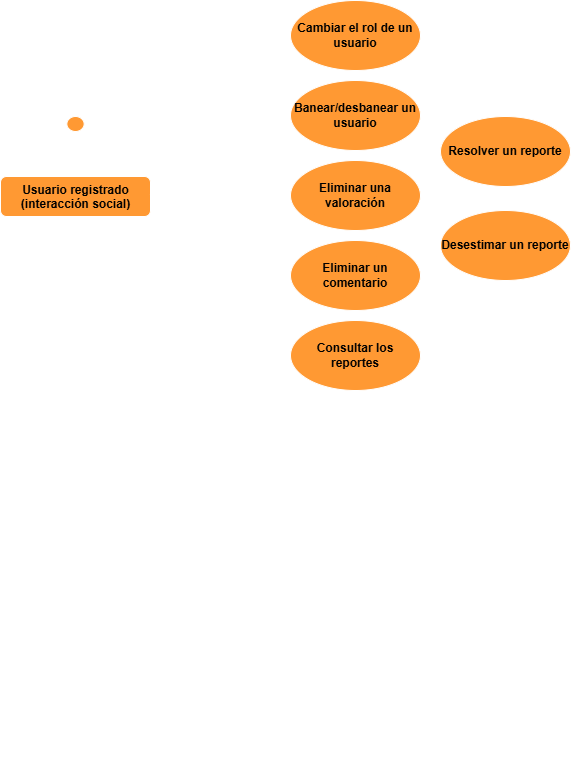
This is Imagenes/Diagrama de casos de uso/Diagrama casos de uso administrador.png from GivenCloud/TFG_MovieMate, a draw.io export, as it was before one commit. Source tidied: cells renumbered, new cells last; positions are measured from the earlier drawing's top-left corner, leaving out a move shared by most shapes.
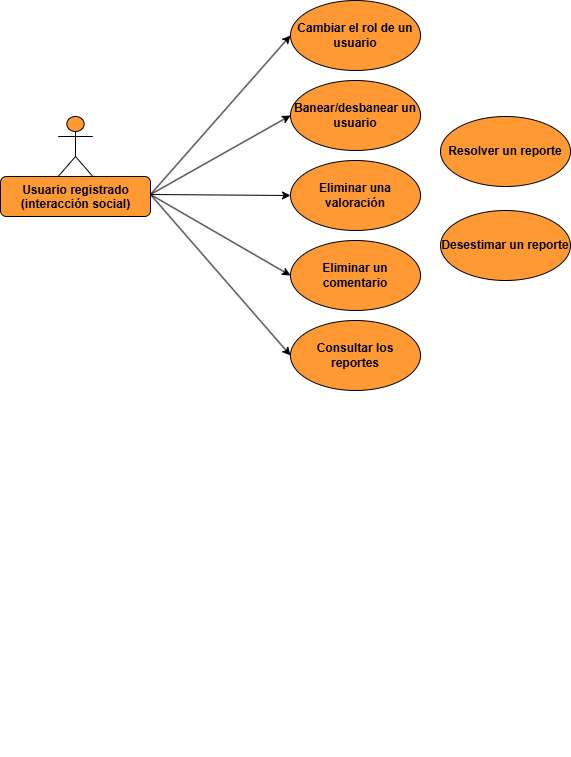
The same file after the commit.

Change to the diagram source:
```diff
@@ -2,59 +2,59 @@
   <root>
     <mxCell id="0" />
     <mxCell id="1" parent="0" />
-    <mxCell id="2" value="Cambiar el rol de un usuario" style="ellipse;whiteSpace=wrap;html=1;fillColor=light-dark(#FF9933,#FF9933);fontStyle=1;fontColor=light-dark(#000000,#000000);" parent="1" vertex="1">
+    <mxCell id="2" value="Cambiar el rol de un usuario" style="ellipse;whiteSpace=wrap;html=1;fillColor=light-dark(#FF9933,#FF9933);fontStyle=1;fontColor=light-dark(#000000,#000000);strokeColor=light-dark(#000000,#000000);" parent="1" vertex="1">
       <mxGeometry x="290" width="130" height="70" as="geometry" />
     </mxCell>
-    <mxCell id="3" value="Banear/desbanear un usuario" style="ellipse;whiteSpace=wrap;html=1;fillColor=light-dark(#FF9933,#FF9933);fontStyle=1;fontColor=light-dark(#000000,#000000);" parent="1" vertex="1">
+    <mxCell id="3" value="Banear/desbanear un usuario" style="ellipse;whiteSpace=wrap;html=1;fillColor=light-dark(#FF9933,#FF9933);fontStyle=1;fontColor=light-dark(#000000,#000000);strokeColor=light-dark(#000000,#000000);" parent="1" vertex="1">
       <mxGeometry x="290" y="80" width="130" height="70" as="geometry" />
     </mxCell>
-    <mxCell id="4" value="Eliminar un comentario" style="ellipse;whiteSpace=wrap;html=1;fillColor=light-dark(#FF9933,#FF9933);fontStyle=1;fontColor=light-dark(#000000,#000000);" parent="1" vertex="1">
+    <mxCell id="4" value="Eliminar un comentario" style="ellipse;whiteSpace=wrap;html=1;fillColor=light-dark(#FF9933,#FF9933);fontStyle=1;fontColor=light-dark(#000000,#000000);strokeColor=light-dark(#000000,#000000);" parent="1" vertex="1">
       <mxGeometry x="290" y="240" width="130" height="70" as="geometry" />
     </mxCell>
-    <mxCell id="5" value="Eliminar una valoración" style="ellipse;whiteSpace=wrap;html=1;fillColor=light-dark(#FF9933,#FF9933);fontStyle=1;fontColor=light-dark(#000000,#000000);" parent="1" vertex="1">
+    <mxCell id="5" value="Eliminar una valoración" style="ellipse;whiteSpace=wrap;html=1;fillColor=light-dark(#FF9933,#FF9933);fontStyle=1;fontColor=light-dark(#000000,#000000);strokeColor=light-dark(#000000,#000000);" parent="1" vertex="1">
       <mxGeometry x="290" y="160" width="130" height="70" as="geometry" />
     </mxCell>
-    <mxCell id="6" style="group;" parent="1" vertex="1">
+    <mxCell id="6" style="group;strokeColor=light-dark(#000000,transparent);" parent="1" vertex="1">
       <mxGeometry y="116" width="150" height="640" as="geometry" />
     </mxCell>
-    <mxCell id="7" style="rounded=1;whiteSpace=wrap;html=1;fillColor=light-dark(#FF9933,#FF9933);fontColor=light-dark(#000000,#000000);" parent="6" vertex="1">
+    <mxCell id="7" style="rounded=1;whiteSpace=wrap;html=1;fillColor=light-dark(#FF9933,#FF9933);fontColor=light-dark(#000000,#000000);strokeColor=light-dark(#000000,#000000);" parent="6" vertex="1">
       <mxGeometry y="60" width="150" height="40" as="geometry" />
     </mxCell>
-    <mxCell id="8" value="Usuario registrado&lt;br&gt;(interacción social)" style="shape=umlActor;verticalLabelPosition=bottom;verticalAlign=top;html=1;fillColor=light-dark(#FF9933,#FF9933);fontStyle=1;fontColor=light-dark(#000000,#000000);" parent="6" vertex="1">
+    <mxCell id="8" value="Usuario registrado&lt;br&gt;(interacción social)" style="shape=umlActor;verticalLabelPosition=bottom;verticalAlign=top;html=1;fillColor=light-dark(#FF9933,#FF9933);fontStyle=1;fontColor=light-dark(#000000,#000000);strokeColor=light-dark(#000000,#000000);" parent="6" vertex="1">
       <mxGeometry x="57.7" width="34.6" height="60" as="geometry" />
     </mxCell>
-    <mxCell id="9" value="Consultar los reportes" style="ellipse;whiteSpace=wrap;html=1;fillColor=light-dark(#FF9933,#FF9933);fontStyle=1;fontColor=light-dark(#000000,#000000);" parent="1" vertex="1">
+    <mxCell id="9" value="Consultar los reportes" style="ellipse;whiteSpace=wrap;html=1;fillColor=light-dark(#FF9933,#FF9933);fontStyle=1;fontColor=light-dark(#000000,#000000);strokeColor=light-dark(#000000,#000000);" parent="1" vertex="1">
       <mxGeometry x="290" y="320" width="130" height="70" as="geometry" />
     </mxCell>
-    <mxCell id="10" value="Resolver un reporte" style="ellipse;whiteSpace=wrap;html=1;fillColor=light-dark(#FF9933,#FF9933);fontStyle=1;fontColor=light-dark(#000000,#000000);" parent="1" vertex="1">
+    <mxCell id="10" value="Resolver un reporte" style="ellipse;whiteSpace=wrap;html=1;fillColor=light-dark(#FF9933,#FF9933);fontStyle=1;fontColor=light-dark(#000000,#000000);strokeColor=light-dark(#000000,#000000);" parent="1" vertex="1">
       <mxGeometry x="440" y="116" width="130" height="70" as="geometry" />
     </mxCell>
-    <mxCell id="11" style="endArrow=classic;html=1;rounded=0;entryX=0;entryY=0.5;entryDx=0;entryDy=0;fontColor=light-dark(#000000,#000000);" parent="1" edge="1" target="2">
+    <mxCell id="11" style="endArrow=classic;html=1;rounded=0;entryX=0;entryY=0.5;entryDx=0;entryDy=0;fontColor=light-dark(#000000,#000000);strokeColor=light-dark(#000000,#000000);" parent="1" edge="1" target="2">
       <mxGeometry relative="1" as="geometry">
         <mxPoint x="150" y="194" as="sourcePoint" />
       </mxGeometry>
     </mxCell>
-    <mxCell id="12" style="endArrow=classic;html=1;rounded=0;entryX=0;entryY=0.5;entryDx=0;entryDy=0;fontColor=light-dark(#000000,#000000);" parent="1" edge="1" target="3">
+    <mxCell id="12" style="endArrow=classic;html=1;rounded=0;entryX=0;entryY=0.5;entryDx=0;entryDy=0;fontColor=light-dark(#000000,#000000);strokeColor=light-dark(#000000,#000000);" parent="1" edge="1" target="3">
       <mxGeometry relative="1" as="geometry">
         <mxPoint x="150" y="194" as="sourcePoint" />
       </mxGeometry>
     </mxCell>
-    <mxCell id="13" style="endArrow=classic;html=1;rounded=0;entryX=0;entryY=0.5;entryDx=0;entryDy=0;fontColor=light-dark(#000000,#000000);" parent="1" edge="1" target="5">
+    <mxCell id="13" style="endArrow=classic;html=1;rounded=0;entryX=0;entryY=0.5;entryDx=0;entryDy=0;fontColor=light-dark(#000000,#000000);strokeColor=light-dark(#000000,#000000);" parent="1" edge="1" target="5">
       <mxGeometry relative="1" as="geometry">
         <mxPoint x="150" y="194" as="sourcePoint" />
       </mxGeometry>
     </mxCell>
-    <mxCell id="14" style="endArrow=classic;html=1;rounded=0;entryX=0;entryY=0.5;entryDx=0;entryDy=0;fontColor=light-dark(#000000,#000000);" parent="1" edge="1" target="4">
+    <mxCell id="14" style="endArrow=classic;html=1;rounded=0;entryX=0;entryY=0.5;entryDx=0;entryDy=0;fontColor=light-dark(#000000,#000000);strokeColor=light-dark(#000000,#000000);" parent="1" edge="1" target="4">
       <mxGeometry relative="1" as="geometry">
         <mxPoint x="150" y="194" as="sourcePoint" />
       </mxGeometry>
     </mxCell>
-    <mxCell id="15" style="endArrow=classic;html=1;rounded=0;entryX=0;entryY=0.5;entryDx=0;entryDy=0;fontColor=light-dark(#000000,#000000);" parent="1" edge="1" target="9">
+    <mxCell id="15" style="endArrow=classic;html=1;rounded=0;entryX=0;entryY=0.5;entryDx=0;entryDy=0;fontColor=light-dark(#000000,#000000);strokeColor=light-dark(#000000,#000000);" parent="1" edge="1" target="9">
       <mxGeometry relative="1" as="geometry">
         <mxPoint x="150" y="194" as="sourcePoint" />
       </mxGeometry>
     </mxCell>
-    <mxCell id="16" value="Desestimar un reporte" style="ellipse;whiteSpace=wrap;html=1;fillColor=light-dark(#FF9933,#FF9933);fontStyle=1;fontColor=light-dark(#000000,#000000);" parent="1" vertex="1">
+    <mxCell id="16" value="Desestimar un reporte" style="ellipse;whiteSpace=wrap;html=1;fillColor=light-dark(#FF9933,#FF9933);fontStyle=1;fontColor=light-dark(#000000,#000000);strokeColor=light-dark(#000000,#000000);" parent="1" vertex="1">
       <mxGeometry x="440" y="210" width="130" height="70" as="geometry" />
     </mxCell>
   </root>
```
